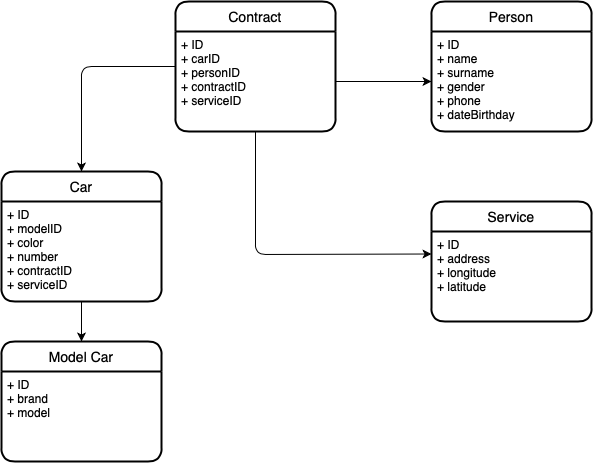
The draw.io diagram model/bd_cs.png in timoninas/db-practice, before a commit. Source tidied: cells renumbered, new cells last; positions are measured from the earlier drawing's top-left corner, leaving out a move shared by most shapes.
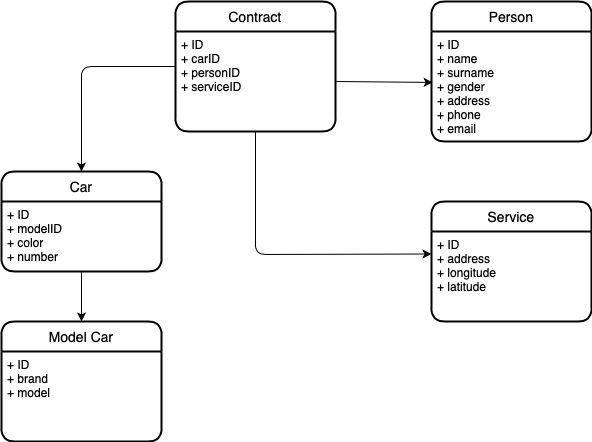
Above is the later version.

What changed in the source:
```diff
@@ -5,21 +5,15 @@
     <mxCell id="2" value="Contract" style="swimlane;horizontal=1;startSize=30;rounded=1;fontSize=14;fontStyle=0;strokeWidth=2;shadow=0;dashed=0;align=center;" parent="1" vertex="1">
       <mxGeometry x="174" width="160" height="130" as="geometry" />
     </mxCell>
-    <mxCell id="3" value="+ ID&#10;+ carID&#10;+ personID&#10;+ contractID&#10;+ serviceID" style="align=left;strokeColor=none;fillColor=none;spacingLeft=4;fontSize=12;verticalAlign=top;" parent="2" vertex="1">
+    <mxCell id="3" value="+ ID&#10;+ carID&#10;+ personID&#10;+ serviceID" style="align=left;strokeColor=none;fillColor=none;spacingLeft=4;fontSize=12;verticalAlign=top;" parent="2" vertex="1">
       <mxGeometry y="30" width="160" height="100" as="geometry" />
     </mxCell>
     <mxCell id="4" value="Car" style="swimlane;horizontal=1;startSize=30;rounded=1;fontSize=14;fontStyle=0;strokeWidth=2;shadow=0;dashed=0;align=center;" parent="1" vertex="1">
-      <mxGeometry y="170" width="160" height="130" as="geometry" />
+      <mxGeometry y="170" width="160" height="100" as="geometry" />
     </mxCell>
-    <mxCell id="5" value="+ ID&#10;+ modelID&#10;+ color&#10;+ number&#10;+ contractID&#10;+ serviceID" style="align=left;strokeColor=none;fillColor=none;spacingLeft=4;fontSize=12;verticalAlign=top;" parent="4" vertex="1">
-      <mxGeometry y="30" width="160" height="100" as="geometry" />
+    <mxCell id="5" value="+ ID&#10;+ modelID&#10;+ color&#10;+ number" style="align=left;strokeColor=none;fillColor=none;spacingLeft=4;fontSize=12;verticalAlign=top;" parent="4" vertex="1">
+      <mxGeometry y="30" width="160" height="70" as="geometry" />
     </mxCell>
-    <mxCell id="6" value="Model Car" style="swimlane;horizontal=1;startSize=30;rounded=1;fontSize=14;fontStyle=0;strokeWidth=2;shadow=0;dashed=0;align=center;" parent="1" vertex="1">
-      <mxGeometry y="340" width="160" height="120" as="geometry" />
-    </mxCell>
-    <mxCell id="7" value="+ ID&#10;+ brand&#10;+ model" style="align=left;strokeColor=none;fillColor=none;spacingLeft=4;fontSize=12;verticalAlign=top;" parent="6" vertex="1">
-      <mxGeometry y="30" width="160" height="90" as="geometry" />
-    </mxCell>
     <mxCell id="8" style="endArrow=classic;html=1;entryX=0.5;entryY=0;entryDx=0;entryDy=0;exitX=0;exitY=0.5;exitDx=0;exitDy=0;" parent="1" edge="1" source="2" target="4">
       <mxGeometry relative="1" as="geometry">
         <Array as="points">
@@ -28,10 +22,10 @@
       </mxGeometry>
     </mxCell>
     <mxCell id="9" value="Person" style="swimlane;horizontal=1;startSize=30;rounded=1;fontSize=14;fontStyle=0;strokeWidth=2;shadow=0;dashed=0;align=center;" parent="1" vertex="1">
-      <mxGeometry x="430" width="160" height="130" as="geometry" />
+      <mxGeometry x="430" width="160" height="140" as="geometry" />
     </mxCell>
-    <mxCell id="10" value="+ ID&#10;+ name&#10;+ surname&#10;+ gender&#10;+ phone&#10;+ dateBirthday" style="align=left;strokeColor=none;fillColor=none;spacingLeft=4;fontSize=12;verticalAlign=top;" parent="9" vertex="1">
-      <mxGeometry y="30" width="160" height="100" as="geometry" />
+    <mxCell id="10" value="+ ID&#10;+ name&#10;+ surname&#10;+ gender&#10;+ address&#10;+ phone&#10;+ email" style="align=left;strokeColor=none;fillColor=none;spacingLeft=4;fontSize=12;verticalAlign=top;" parent="9" vertex="1">
+      <mxGeometry y="30" width="160" height="110" as="geometry" />
     </mxCell>
     <mxCell id="11" value="Service" style="swimlane;horizontal=1;startSize=30;rounded=1;fontSize=14;fontStyle=0;strokeWidth=2;shadow=0;dashed=0;align=center;" parent="1" vertex="1">
       <mxGeometry x="430" y="200" width="160" height="120" as="geometry" />
@@ -49,8 +43,14 @@
     <mxCell id="14" style="endArrow=classic;html=1;entryX=0.5;entryY=0;entryDx=0;entryDy=0;exitX=0.5;exitY=1;exitDx=0;exitDy=0;" parent="1" edge="1" source="5" target="6">
       <mxGeometry relative="1" as="geometry" />
     </mxCell>
-    <mxCell id="15" style="endArrow=classic;html=1;entryX=0;entryY=0.5;entryDx=0;entryDy=0;exitX=1;exitY=0.5;exitDx=0;exitDy=0;" parent="1" edge="1" source="3" target="10">
+    <mxCell id="15" style="endArrow=classic;html=1;exitX=1;exitY=0.5;exitDx=0;exitDy=0;entryX=0.007;entryY=0.463;entryDx=0;entryDy=0;entryPerimeter=0;" parent="1" edge="1" source="3" target="10">
       <mxGeometry relative="1" as="geometry" />
     </mxCell>
+    <mxCell id="6" value="Model Car" style="swimlane;horizontal=1;startSize=30;rounded=1;fontSize=14;fontStyle=0;strokeWidth=2;shadow=0;dashed=0;align=center;" parent="1" vertex="1">
+      <mxGeometry y="320" width="160" height="120" as="geometry" />
+    </mxCell>
+    <mxCell id="7" value="+ ID&#10;+ brand&#10;+ model" style="align=left;strokeColor=none;fillColor=none;spacingLeft=4;fontSize=12;verticalAlign=top;" parent="6" vertex="1">
+      <mxGeometry y="30" width="160" height="90" as="geometry" />
+    </mxCell>
   </root>
 </mxGraphModel>
```
